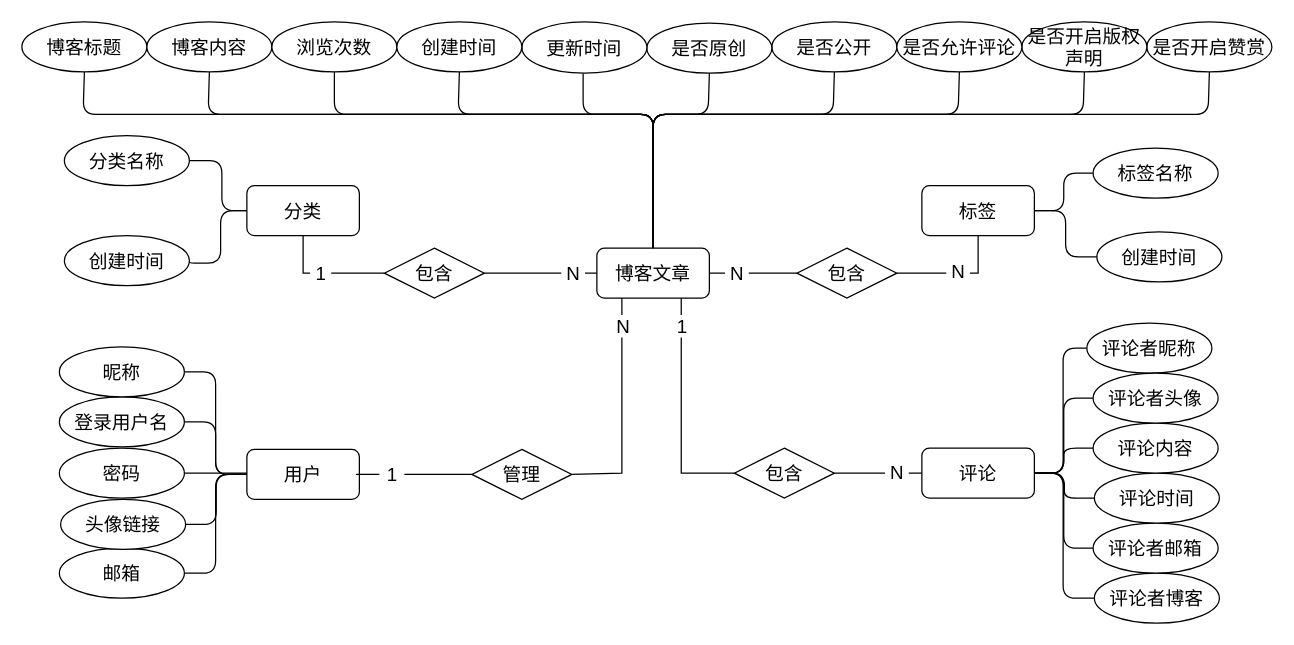
Before: 实体类设计ER图.drawio in Roookie-langp/diagrams, a draw.io diagram. Source tidied: cells renumbered, new cells numbered last; positions are measured from the earlier drawing's top-left corner, leaving out a move shared by most shapes. Both pictures are drawn from the tidied source at 125%, with x=0, y=0 at pixel (21, 21).
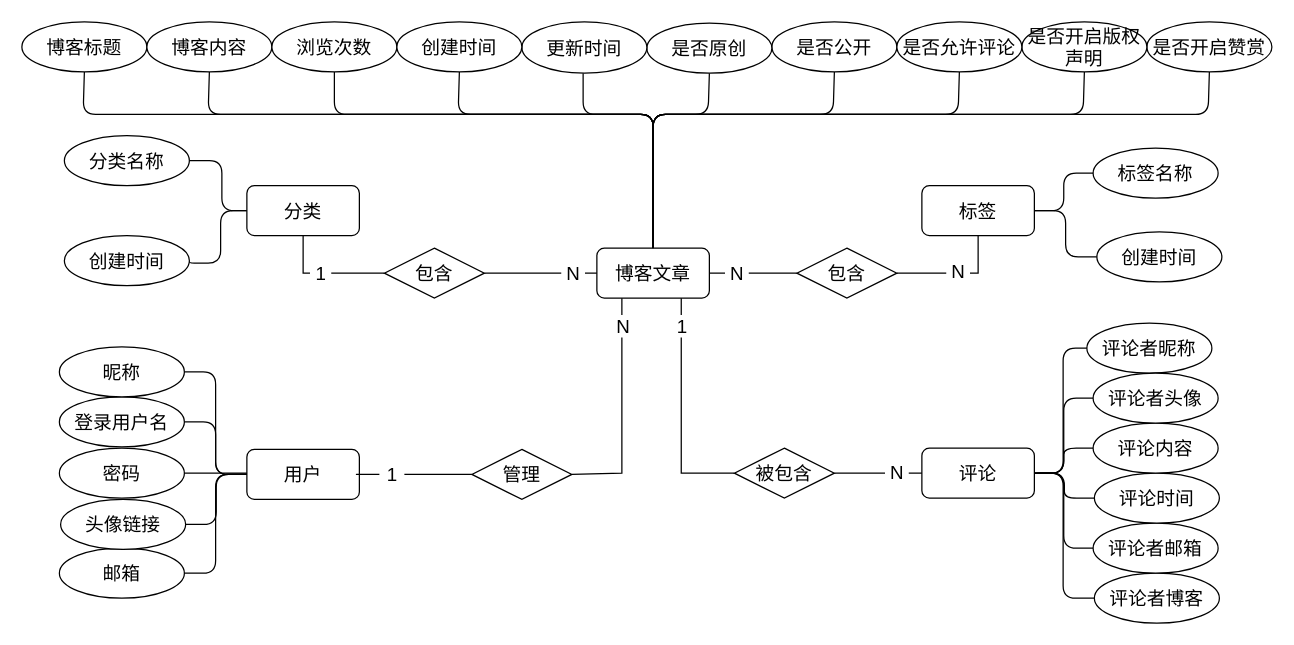
The same page after the edit.

Commit message:
更新实体类设计ER图.drawio

Change to the diagram source:
```diff
@@
-    <mxCell id="75" value="包含" style="rhombus;whiteSpace=wrap;html=1;fontSize=15;" parent="1" vertex="1">
+    <mxCell id="75" value="被包含" style="rhombus;whiteSpace=wrap;html=1;fontSize=15;" parent="1" vertex="1">
       <mxGeometry x="570" y="341" width="80" height="40" as="geometry" />
     </mxCell>
```
